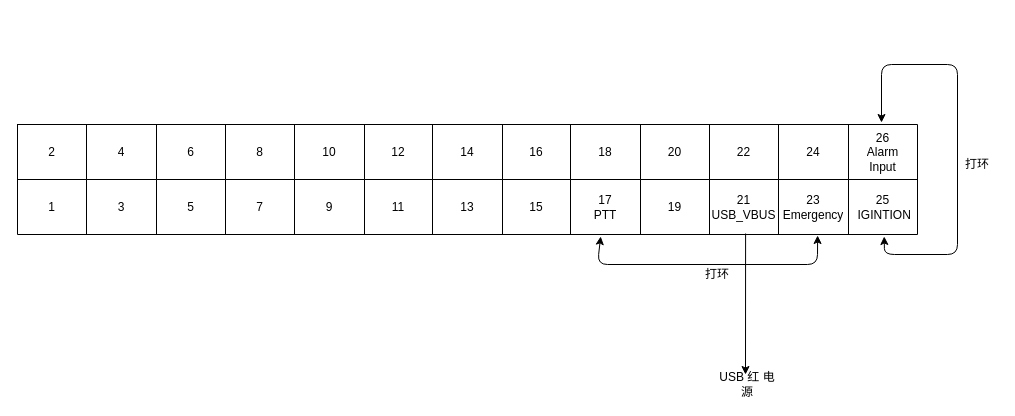
xibeidong/DrawIO keeps this draw.io diagram as Untitled Diagram.drawio. Above is the earlier version. Source tidied: cells renumbered, new cells numbered last; positions are measured from the earlier drawing's top-left corner, leaving out a move shared by most shapes. Both pictures are drawn from the tidied source at 100%, with x=0, y=0 at pixel (17, 64).
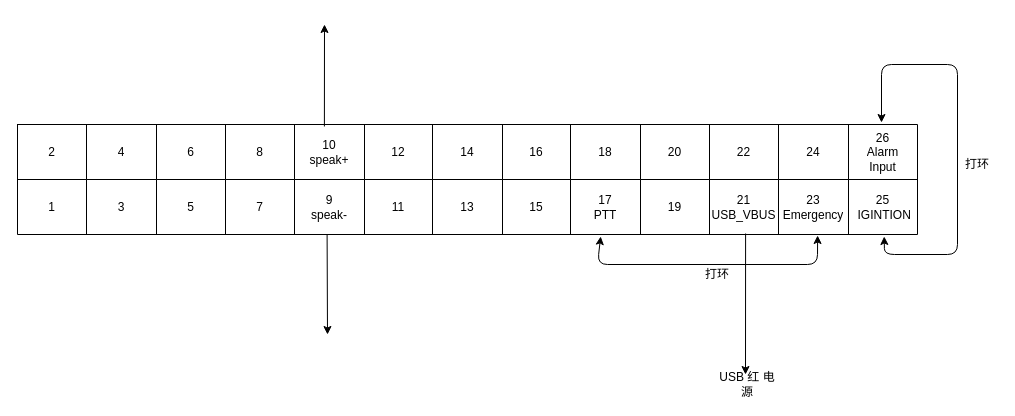
Above is the later version.

Unchanged cells that the change refers to:
```xml
<mxCell id="3" style="shape=partialRectangle;html=1;whiteSpace=wrap;fillColor=none;top=0;left=0;bottom=0;right=0;points=[[0,0.5],[1,0.5]];portConstraint=eastwest;" parent="2" vertex="1">
  <mxGeometry width="900" height="55" as="geometry" />
</mxCell>
<mxCell id="17" style="shape=partialRectangle;html=1;whiteSpace=wrap;fillColor=none;top=0;left=0;bottom=0;right=0;points=[[0,0.5],[1,0.5]];portConstraint=eastwest;" parent="2" vertex="1">
  <mxGeometry y="55" width="900" height="55" as="geometry" />
</mxCell>
```

Diff of the diagram source:
```diff
@@
-    <mxCell id="8" value="10" style="shape=partialRectangle;html=1;whiteSpace=wrap;overflow=hidden;fillColor=none;top=0;left=0;bottom=0;right=0;" parent="3" vertex="1">
+    <mxCell id="8" value="10&lt;br&gt;speak+" style="shape=partialRectangle;html=1;whiteSpace=wrap;overflow=hidden;fillColor=none;top=0;left=0;bottom=0;right=0;" parent="3" vertex="1">
       <mxGeometry x="277" width="70" height="55" as="geometry" />
     </mxCell>
@@
-    <mxCell id="22" value="9" style="shape=partialRectangle;html=1;whiteSpace=wrap;overflow=hidden;fillColor=none;top=0;left=0;bottom=0;right=0;" parent="17" vertex="1">
+    <mxCell id="22" value="9&lt;br&gt;speak-" style="shape=partialRectangle;html=1;whiteSpace=wrap;overflow=hidden;fillColor=none;top=0;left=0;bottom=0;right=0;" parent="17" vertex="1">
       <mxGeometry x="277" width="70" height="55" as="geometry" />
     </mxCell>
@@
+    <mxCell id="37" style="endArrow=classic;html=1;exitX=0.341;exitY=0.036;exitDx=0;exitDy=0;exitPerimeter=0;" parent="1" edge="1" source="3">
+      <mxGeometry relative="1" as="geometry">
+        <mxPoint x="307" y="-40" as="targetPoint" />
+      </mxGeometry>
+    </mxCell>
+    <mxCell id="38" style="endArrow=classic;html=1;exitX=0.344;exitY=1;exitDx=0;exitDy=0;exitPerimeter=0;" parent="1" edge="1" source="17">
+      <mxGeometry relative="1" as="geometry">
+        <mxPoint x="310" y="270" as="targetPoint" />
+      </mxGeometry>
+    </mxCell>
```
